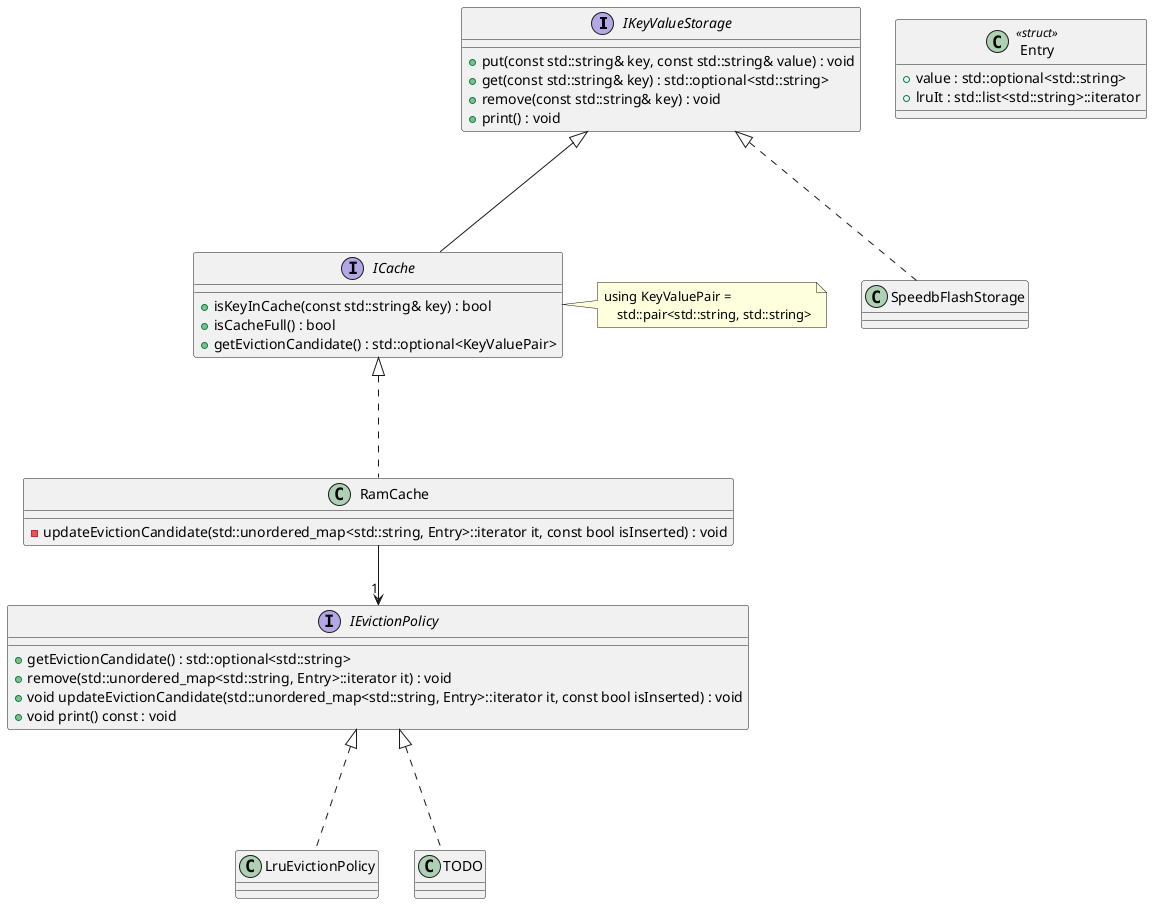
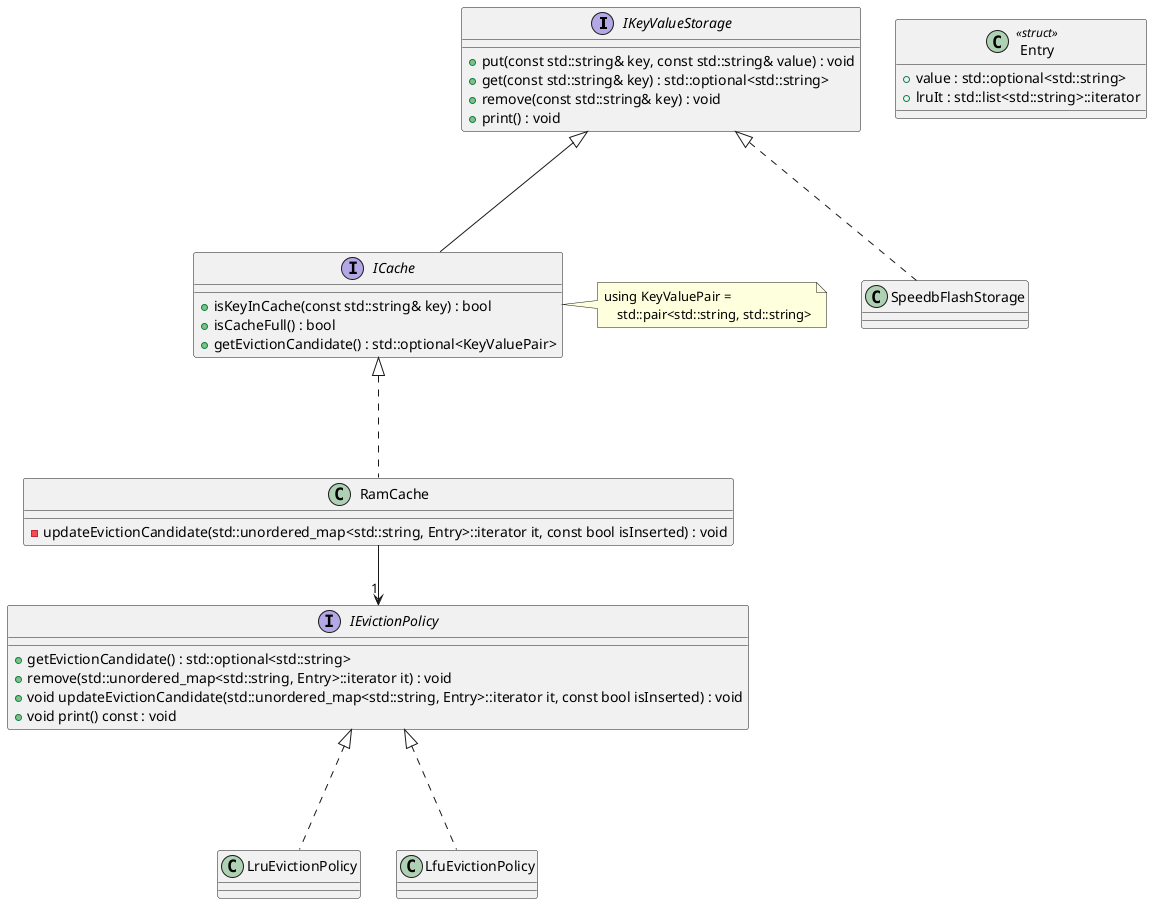
@startuml Redis POC

interface IKeyValueStorage {
    +put(const std::string& key, const std::string& value) : void
    +get(const std::string& key) : std::optional<std::string>
    +remove(const std::string& key) : void
    +print() : void
}

interface ICache {
    +isKeyInCache(const std::string& key) : bool
    +isCacheFull() : bool
    +getEvictionCandidate() : std::optional<KeyValuePair>
}

note right of ICache
using KeyValuePair =
    std::pair<std::string, std::string>
end note

class Entry <<struct>> {
    +value : std::optional<std::string>
    +lruIt : std::list<std::string>::iterator
}

class RamCache {
    -updateEvictionCandidate(std::unordered_map<std::string, Entry>::iterator it, const bool isInserted) : void
}

class SpeedbFlashStorage {
}

interface IEvictionPolicy {
    +getEvictionCandidate() : std::optional<std::string>
    +remove(std::unordered_map<std::string, Entry>::iterator it) : void
    +void updateEvictionCandidate(std::unordered_map<std::string, Entry>::iterator it, const bool isInserted) : void
    +void print() const : void
}

class LruEvictionPolicy {
}

LruEvictionPolicy -u..|> IEvictionPolicy
- TODO -u..|> IEvictionPolicy
+ LfuEvictionPolicy -u..|> IEvictionPolicy


ICache -u--|> IKeyValueStorage
SpeedbFlashStorage -u..|> IKeyValueStorage
RamCache -u..|> ICache
RamCache --> "1" IEvictionPolicy

@enduml